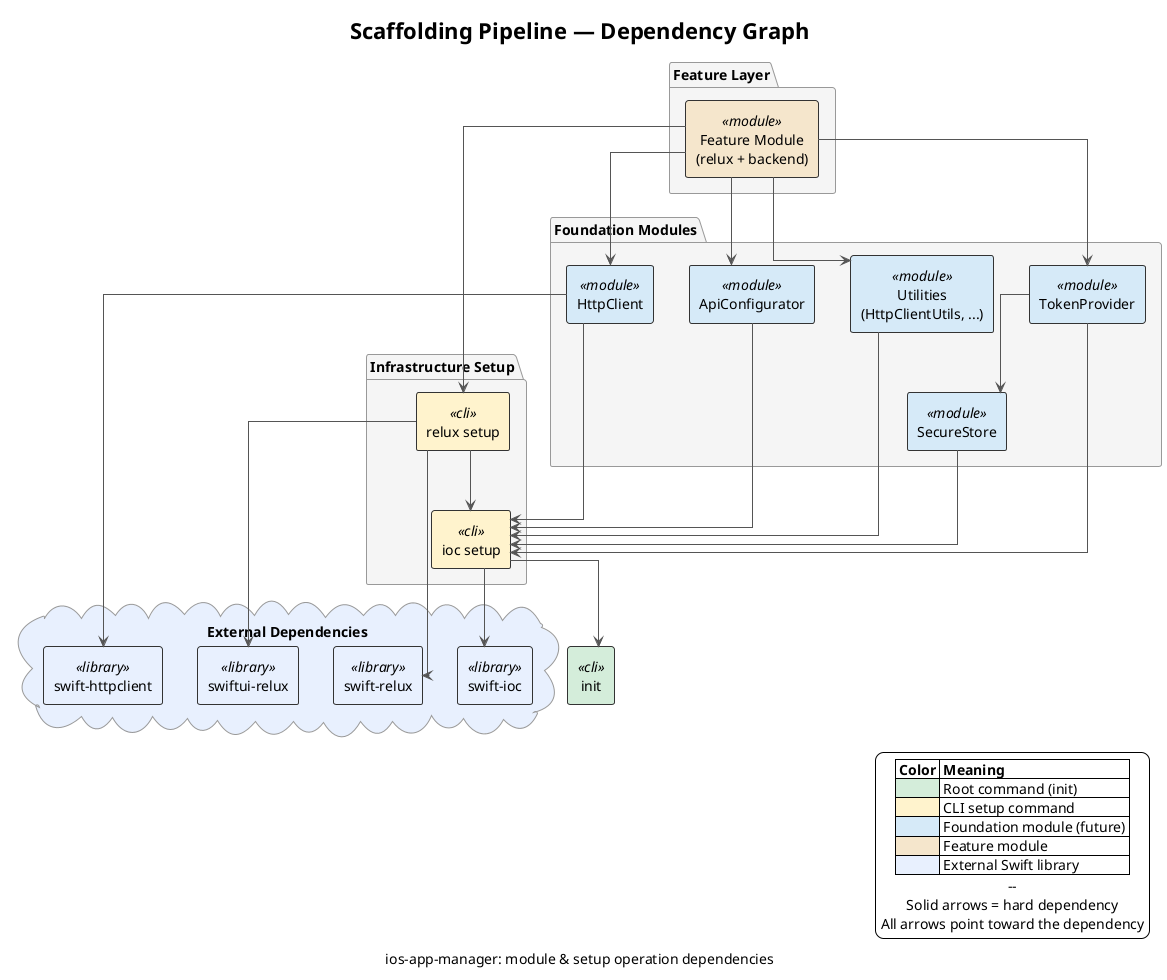
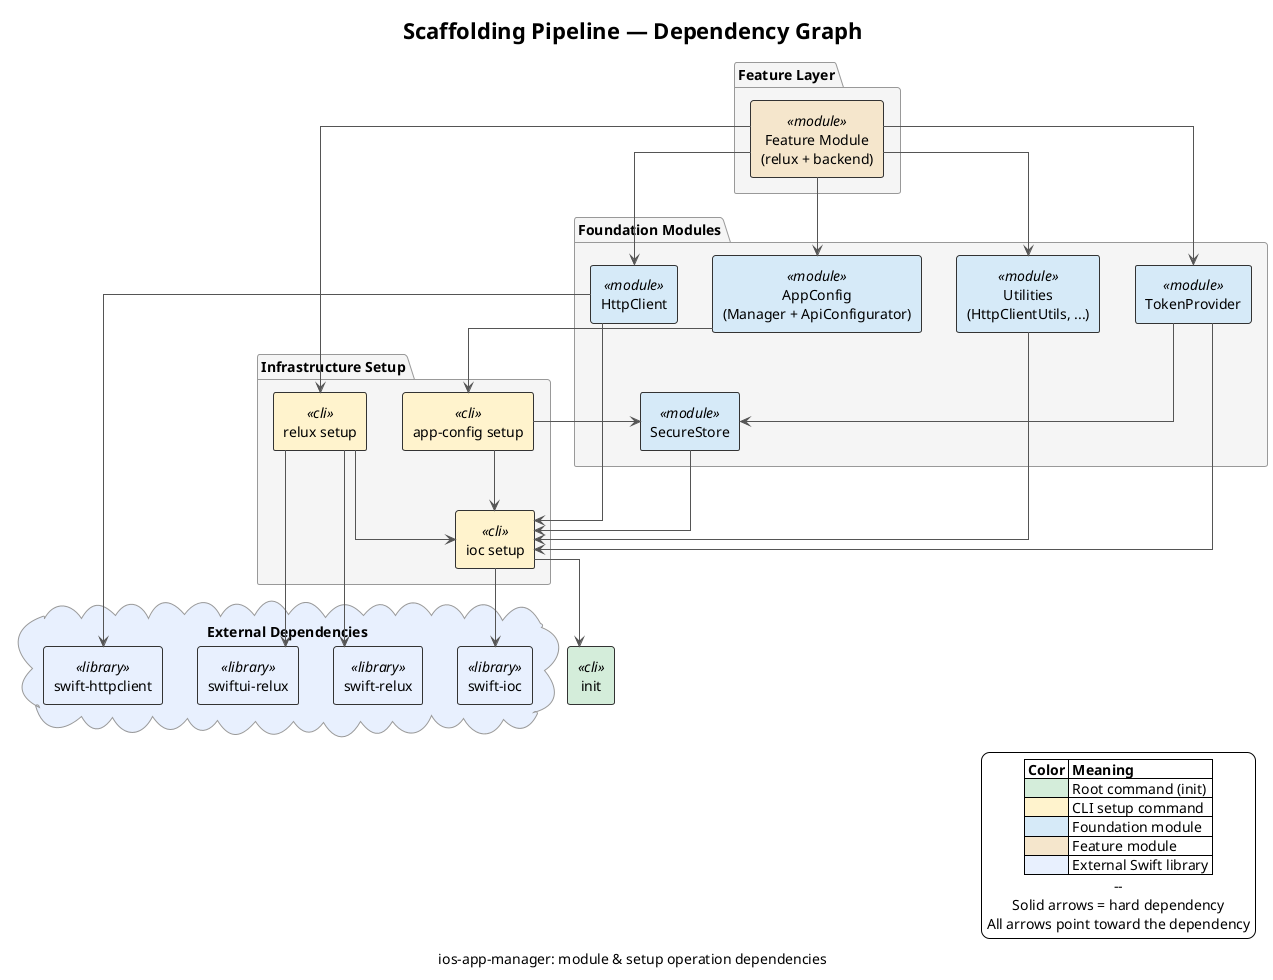
@startuml scaffolding-pipeline
!theme plain

title Scaffolding Pipeline — Dependency Graph
caption ios-app-manager: module & setup operation dependencies

skinparam componentStyle rectangle
skinparam defaultTextAlignment center
skinparam linetype ortho

skinparam component {
  BackgroundColor #FAFAFA
  BorderColor #333333
  ArrowColor #555555
}

skinparam package {
  BackgroundColor #F5F5F5
  BorderColor #999999
}

' ──────────────────────────────────────
'  External Swift Libraries
' ──────────────────────────────────────
cloud "External Dependencies" as ExtDeps #E8F0FE {
  [swift-ioc] as SwiftIoC <<library>> #E8F0FE
  [swift-relux] as SwiftRelux <<library>> #E8F0FE
  [swiftui-relux] as SwiftUIRelux <<library>> #E8F0FE
  [swift-httpclient] as SwiftHTTP <<library>> #E8F0FE
}

' ──────────────────────────────────────
'  Root
' ──────────────────────────────────────
[init] as Init <<cli>> #D4EDDA

' ──────────────────────────────────────
'  Infrastructure Setup Commands
' ──────────────────────────────────────
package "Infrastructure Setup" as InfraSetup {
  [ioc setup] as IoCSetup <<cli>> #FFF3CD
  [relux setup] as ReluxSetup <<cli>> #FFF3CD
+   [app-config setup] as AppConfigSetup <<cli>> #FFF3CD
}

' ──────────────────────────────────────
- '  Foundation Modules (future)
+ '  Foundation Modules
' ──────────────────────────────────────
package "Foundation Modules" as FoundationMods {
  [SecureStore] as SecureStore <<module>> #D6EAF8
  [TokenProvider] as TokenProvider <<module>> #D6EAF8
-   [ApiConfigurator] as ApiConfigurator <<module>> #D6EAF8
+   [AppConfig\n(Manager + ApiConfigurator)] as ApiConfigurator <<module>> #D6EAF8
  [HttpClient] as HttpClient <<module>> #D6EAF8
  [Utilities\n(HttpClientUtils, ...)] as Utilities <<module>> #D6EAF8
}

' ──────────────────────────────────────
'  Feature Layer
' ──────────────────────────────────────
package "Feature Layer" as FeatureLayer {
  [Feature Module\n(relux + backend)] as FeatureModule <<module>> #F5E6CC
}

' ──────────────────────────────────────
'  Hard Dependencies (solid arrows)
' ──────────────────────────────────────

' init is the root
IoCSetup --> Init

' ioc setup pulls in swift-ioc
IoCSetup --> SwiftIoC

' relux setup depends on ioc setup + external libs
ReluxSetup --> IoCSetup
ReluxSetup --> SwiftRelux
ReluxSetup --> SwiftUIRelux

' SecureStore depends on ioc (Keychain wrapper, registered in IoC)
SecureStore --> IoCSetup

' TokenProvider is a regular module, depends on ioc + SecureStore
TokenProvider --> IoCSetup
TokenProvider --> SecureStore

- ' ApiConfigurator depends on ioc
- ApiConfigurator --> IoCSetup
+ ' app-config setup depends on ioc (needs Registry) + SecureStore (Manager uses keychain)
+ AppConfigSetup --> IoCSetup
+ AppConfigSetup --> SecureStore
+ 
+ ' ApiConfigurator is scaffolded by app-config setup
+ ApiConfigurator --> AppConfigSetup

' HttpClient (base) is a plain transport wrapper
HttpClient --> SwiftHTTP
HttpClient --> IoCSetup

' Utilities (HttpClientUtils, etc.) depends on ioc only
Utilities --> IoCSetup

' Feature module (relux + backend) assembles its own API client from:
'   HttpClient (transport) + TokenProvider (auth) + ApiConfigurator (URLs/config)
'   + Utilities (headers, encoders/decoders)
'   All injected via protocols on init
FeatureModule --> ReluxSetup
FeatureModule --> HttpClient
FeatureModule --> TokenProvider
FeatureModule --> ApiConfigurator
FeatureModule --> Utilities

' ──────────────────────────────────────
'  Legend
' ──────────────────────────────────────
legend right
  |= Color |= Meaning |
  | <#D4EDDA> | Root command (init) |
  | <#FFF3CD> | CLI setup command |
-   | <#D6EAF8> | Foundation module (future) |
+   | <#D6EAF8> | Foundation module |
  | <#F5E6CC> | Feature module |
  | <#E8F0FE> | External Swift library |
  --
  Solid arrows = hard dependency
  All arrows point toward the dependency
endlegend

@enduml
